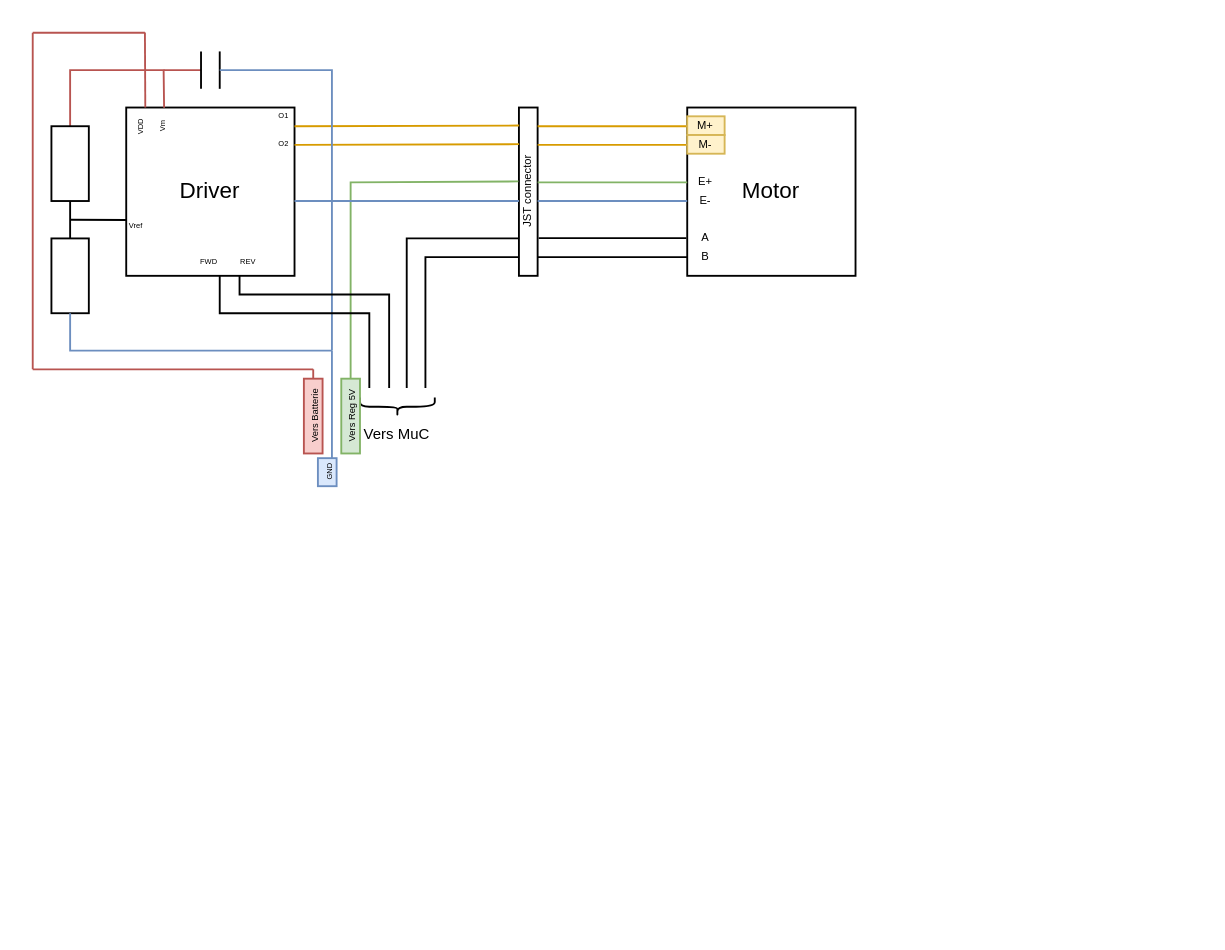
Earlier version of the draw.io diagram page "Actuators" (4 of 4) of Diagramme/Diagramme sans nom.drawio (Artpel1805/Beerator). Source tidied: cells renumbered, new cells numbered last; positions are measured from the earlier drawing's top-left corner, leaving out a move shared by most shapes. Both pictures are drawn from the tidied source at 187%, with x=0, y=0 at pixel (32, 32).
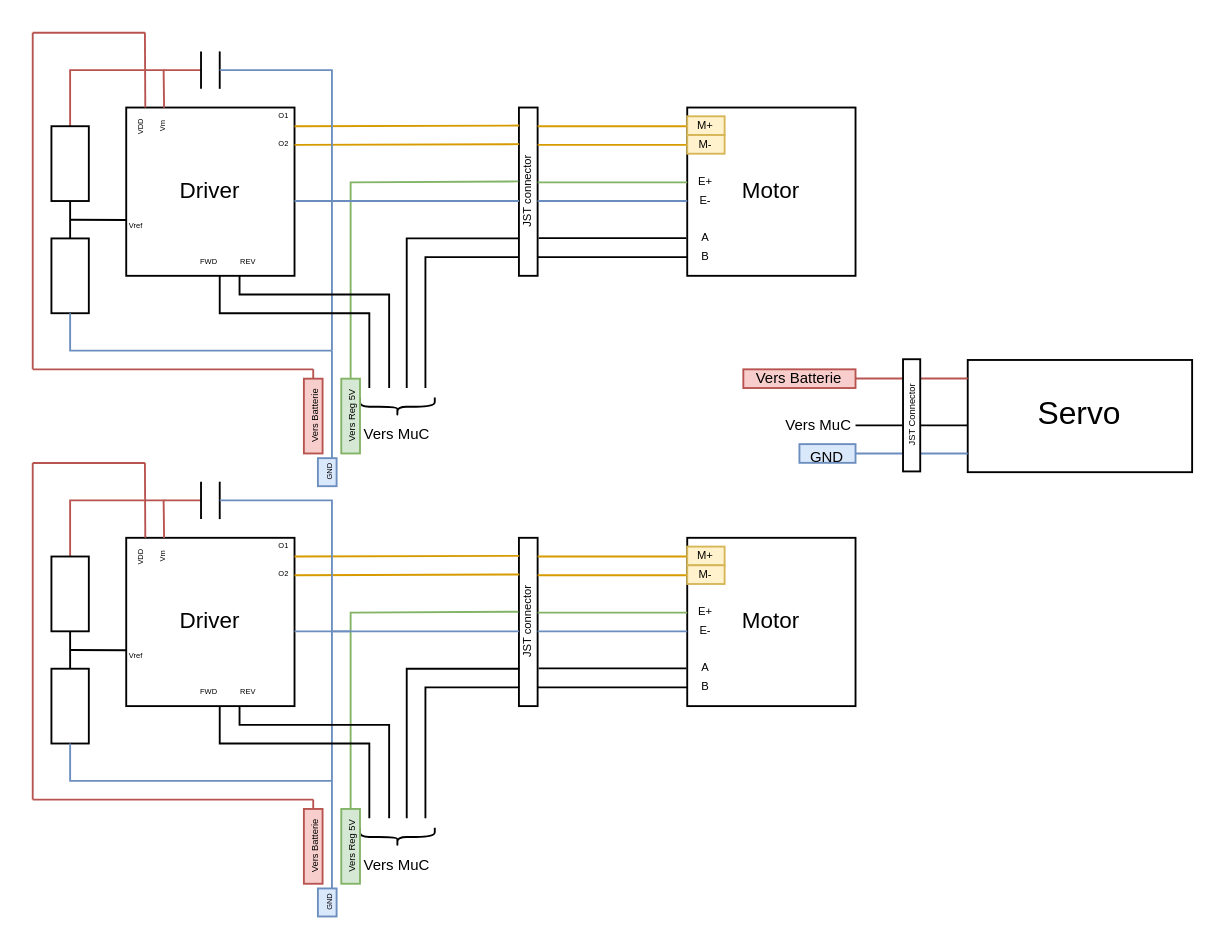
The same page after the edit.

The edit, as a diff of the source:
```diff
@@
+    <mxCell id="55" value="Driver" style="whiteSpace=wrap;html=1;" parent="1" vertex="1">
+      <mxGeometry x="50" y="270.1" width="90" height="90" as="geometry" />
+    </mxCell>
+    <mxCell id="56" value="Motor" style="whiteSpace=wrap;html=1;" parent="1" vertex="1">
+      <mxGeometry x="350" y="270.1" width="90" height="90" as="geometry" />
+    </mxCell>
+    <mxCell id="57" style="rounded=0;whiteSpace=wrap;html=1;" parent="1" vertex="1">
+      <mxGeometry x="260" y="270.1" width="10" height="90" as="geometry" />
+    </mxCell>
+    <mxCell id="58" style="endArrow=none;html=1;rounded=0;" parent="1" edge="1">
+      <mxGeometry relative="1" as="geometry">
+        <mxPoint x="270" y="350.1" as="sourcePoint" />
+        <mxPoint x="350" y="350.1" as="targetPoint" />
+      </mxGeometry>
+    </mxCell>
+    <mxCell id="59" style="endArrow=none;html=1;rounded=0;entryX=-0.005;entryY=0.776;entryDx=0;entryDy=0;exitX=1.057;exitY=0.776;exitDx=0;exitDy=0;entryPerimeter=0;exitPerimeter=0;" parent="1" edge="1" source="57" target="56">
+      <mxGeometry relative="1" as="geometry" />
+    </mxCell>
+    <mxCell id="60" style="endArrow=none;html=1;rounded=0;entryX=0;entryY=0.75;entryDx=0;entryDy=0;exitX=1.16;exitY=0.875;exitDx=0;exitDy=0;exitPerimeter=0;fillColor=#dae8fc;strokeColor=#6c8ebf;" parent="1" edge="1">
+      <mxGeometry relative="1" as="geometry">
+        <mxPoint x="270" y="320.1" as="sourcePoint" />
+        <mxPoint x="350" y="320.1" as="targetPoint" />
+      </mxGeometry>
+    </mxCell>
+    <mxCell id="61" style="endArrow=none;html=1;rounded=0;entryX=0;entryY=0.75;entryDx=0;entryDy=0;exitX=1.16;exitY=0.875;exitDx=0;exitDy=0;exitPerimeter=0;fillColor=#ffe6cc;strokeColor=#d79b00;" parent="1" edge="1">
+      <mxGeometry relative="1" as="geometry">
+        <mxPoint x="270" y="280.1" as="sourcePoint" />
+        <mxPoint x="350" y="280.1" as="targetPoint" />
+      </mxGeometry>
+    </mxCell>
+    <mxCell id="62" style="endArrow=none;html=1;rounded=0;entryX=0;entryY=0.75;entryDx=0;entryDy=0;exitX=1.16;exitY=0.875;exitDx=0;exitDy=0;exitPerimeter=0;fillColor=#ffe6cc;strokeColor=#d79b00;" parent="1" edge="1">
+      <mxGeometry relative="1" as="geometry">
+        <mxPoint x="270" y="290.1" as="sourcePoint" />
+        <mxPoint x="350" y="290.1" as="targetPoint" />
+      </mxGeometry>
+    </mxCell>
+    <mxCell id="63" style="endArrow=none;html=1;rounded=0;entryX=0;entryY=0.75;entryDx=0;entryDy=0;exitX=1.16;exitY=0.875;exitDx=0;exitDy=0;exitPerimeter=0;fillColor=#d5e8d4;strokeColor=#82b366;" parent="1" edge="1">
+      <mxGeometry relative="1" as="geometry">
+        <mxPoint x="270" y="310.1" as="sourcePoint" />
+        <mxPoint x="350" y="310.1" as="targetPoint" />
+      </mxGeometry>
+    </mxCell>
+    <mxCell id="64" style="endArrow=none;html=1;rounded=0;entryX=0.015;entryY=0.107;entryDx=0;entryDy=0;exitX=1.16;exitY=0.875;exitDx=0;exitDy=0;exitPerimeter=0;entryPerimeter=0;fillColor=#ffe6cc;strokeColor=#d79b00;" parent="1" edge="1" target="57">
+      <mxGeometry relative="1" as="geometry">
+        <mxPoint x="140" y="280.1" as="sourcePoint" />
+      </mxGeometry>
+    </mxCell>
+    <mxCell id="65" style="endArrow=none;html=1;rounded=0;entryX=0.015;entryY=0.107;entryDx=0;entryDy=0;exitX=1.16;exitY=0.875;exitDx=0;exitDy=0;exitPerimeter=0;entryPerimeter=0;fillColor=#ffe6cc;strokeColor=#d79b00;" parent="1" edge="1">
+      <mxGeometry relative="1" as="geometry">
+        <mxPoint x="140" y="290.1" as="sourcePoint" />
+        <mxPoint x="260.2" y="289.7" as="targetPoint" />
+      </mxGeometry>
+    </mxCell>
+    <mxCell id="66" style="endArrow=none;html=1;rounded=0;entryX=0.015;entryY=0.107;entryDx=0;entryDy=0;entryPerimeter=0;" parent="1" edge="1">
+      <mxGeometry relative="1" as="geometry">
+        <mxPoint x="200" y="420.1" as="sourcePoint" />
+        <mxPoint x="260.2" y="340.1" as="targetPoint" />
+        <Array as="points">
+          <mxPoint x="200" y="340.1" />
+        </Array>
+      </mxGeometry>
+    </mxCell>
+    <mxCell id="67" style="endArrow=none;html=1;rounded=0;entryX=-0.027;entryY=0.439;entryDx=0;entryDy=0;entryPerimeter=0;fillColor=#d5e8d4;strokeColor=#82b366;" parent="1" edge="1" target="57">
+      <mxGeometry relative="1" as="geometry">
+        <mxPoint x="170" y="420.1" as="sourcePoint" />
+        <Array as="points">
+          <mxPoint x="170" y="310.1" />
+        </Array>
+      </mxGeometry>
+    </mxCell>
+    <mxCell id="68" style="endArrow=none;html=1;rounded=0;entryX=0.015;entryY=0.107;entryDx=0;entryDy=0;entryPerimeter=0;" parent="1" edge="1">
+      <mxGeometry relative="1" as="geometry">
+        <mxPoint x="210" y="420.1" as="sourcePoint" />
+        <mxPoint x="260.2" y="350.1" as="targetPoint" />
+        <Array as="points">
+          <mxPoint x="210" y="350.1" />
+        </Array>
+      </mxGeometry>
+    </mxCell>
+    <mxCell id="69" style="endArrow=none;html=1;rounded=0;fillColor=#dae8fc;strokeColor=#6c8ebf;" parent="1" edge="1">
+      <mxGeometry relative="1" as="geometry">
+        <mxPoint x="160" y="400.1" as="sourcePoint" />
+        <mxPoint x="260" y="320.1" as="targetPoint" />
+        <Array as="points">
+          <mxPoint x="160" y="320.1" />
+        </Array>
+      </mxGeometry>
+    </mxCell>
+    <mxCell id="70" style="endArrow=none;html=1;rounded=0;fillColor=#dae8fc;strokeColor=#6c8ebf;" parent="1" edge="1">
+      <mxGeometry relative="1" as="geometry">
+        <mxPoint x="140" y="320.1" as="sourcePoint" />
+        <mxPoint x="170" y="320.1" as="targetPoint" />
+      </mxGeometry>
+    </mxCell>
+    <mxCell id="71" style="endArrow=none;html=1;rounded=0;" parent="1" edge="1">
+      <mxGeometry relative="1" as="geometry">
+        <mxPoint x="190.6" y="420.1" as="sourcePoint" />
+        <mxPoint x="110.6" y="360.1" as="targetPoint" />
+        <Array as="points">
+          <mxPoint x="190.6" y="370.1" />
+          <mxPoint x="110.6" y="370.1" />
+        </Array>
+      </mxGeometry>
+    </mxCell>
+    <mxCell id="72" style="endArrow=none;html=1;rounded=0;" parent="1" edge="1">
+      <mxGeometry relative="1" as="geometry">
+        <mxPoint x="180" y="420.1" as="sourcePoint" />
+        <mxPoint x="100" y="360.1" as="targetPoint" />
+        <Array as="points">
+          <mxPoint x="180" y="380.1" />
+          <mxPoint x="100" y="380.1" />
+        </Array>
+      </mxGeometry>
+    </mxCell>
+    <mxCell id="73" style="endArrow=none;html=1;rounded=0;entryX=0.225;entryY=0.001;entryDx=0;entryDy=0;entryPerimeter=0;fillColor=#f8cecc;strokeColor=#b85450;" parent="1" edge="1" target="55">
+      <mxGeometry relative="1" as="geometry">
+        <mxPoint x="60" y="250.1" as="sourcePoint" />
+        <Array as="points">
+          <mxPoint x="70" y="250.1" />
+        </Array>
+      </mxGeometry>
+    </mxCell>
+    <mxCell id="74" style="endArrow=none;html=1;rounded=0;entryX=0.225;entryY=0.001;entryDx=0;entryDy=0;entryPerimeter=0;fillColor=#f8cecc;strokeColor=#b85450;" parent="1" edge="1">
+      <mxGeometry relative="1" as="geometry">
+        <mxPoint x="60" y="230" as="sourcePoint" />
+        <mxPoint x="60.2" y="270.1" as="targetPoint" />
+      </mxGeometry>
+    </mxCell>
+    <mxCell id="75" style="endArrow=none;html=1;rounded=0;fillColor=#f8cecc;strokeColor=#b85450;" parent="1" edge="1">
+      <mxGeometry relative="1" as="geometry">
+        <mxPoint x="90" y="250.1" as="sourcePoint" />
+        <mxPoint x="70" y="250.1" as="targetPoint" />
+      </mxGeometry>
+    </mxCell>
+    <mxCell id="76" style="endArrow=none;html=1;rounded=0;" parent="1" edge="1">
+      <mxGeometry relative="1" as="geometry">
+        <mxPoint x="100" y="260.1" as="sourcePoint" />
+        <mxPoint x="100" y="240.1" as="targetPoint" />
+        <Array as="points">
+          <mxPoint x="100" y="250.1" />
+        </Array>
+      </mxGeometry>
+    </mxCell>
+    <mxCell id="77" style="endArrow=none;html=1;rounded=0;" parent="1" edge="1">
+      <mxGeometry relative="1" as="geometry">
+        <mxPoint x="90" y="260.1" as="sourcePoint" />
+        <mxPoint x="90" y="240.1" as="targetPoint" />
+      </mxGeometry>
+    </mxCell>
+    <mxCell id="78" style="endArrow=none;html=1;rounded=0;fillColor=#dae8fc;strokeColor=#6c8ebf;" parent="1" edge="1">
+      <mxGeometry relative="1" as="geometry">
+        <mxPoint x="100" y="250.1" as="sourcePoint" />
+        <mxPoint x="160" y="320.1" as="targetPoint" />
+        <Array as="points">
+          <mxPoint x="160" y="250.1" />
+        </Array>
+      </mxGeometry>
+    </mxCell>
+    <mxCell id="79" style="endArrow=none;html=1;rounded=0;fillColor=#f8cecc;strokeColor=#b85450;" parent="1" edge="1">
+      <mxGeometry relative="1" as="geometry">
+        <mxPoint x="20" y="280.1" as="sourcePoint" />
+        <mxPoint x="60" y="250.1" as="targetPoint" />
+        <Array as="points">
+          <mxPoint x="20" y="250.1" />
+        </Array>
+      </mxGeometry>
+    </mxCell>
+    <mxCell id="80" style="rounded=0;whiteSpace=wrap;html=1;" parent="1" vertex="1">
+      <mxGeometry x="10" y="280.1" width="20" height="40" as="geometry" />
+    </mxCell>
+    <mxCell id="81" style="rounded=0;whiteSpace=wrap;html=1;" parent="1" vertex="1">
+      <mxGeometry x="10" y="340.1" width="20" height="40" as="geometry" />
+    </mxCell>
+    <mxCell id="82" style="endArrow=none;html=1;rounded=0;exitX=0.5;exitY=0;exitDx=0;exitDy=0;" parent="1" edge="1" source="81">
+      <mxGeometry relative="1" as="geometry">
+        <mxPoint x="20" y="320.1" as="targetPoint" />
+      </mxGeometry>
+    </mxCell>
+    <mxCell id="83" style="endArrow=none;html=1;rounded=0;exitX=0.002;exitY=0.668;exitDx=0;exitDy=0;exitPerimeter=0;" parent="1" edge="1" source="55">
+      <mxGeometry relative="1" as="geometry">
+        <mxPoint x="20" y="330.1" as="targetPoint" />
+      </mxGeometry>
+    </mxCell>
+    <mxCell id="84" style="endArrow=none;html=1;rounded=0;fillColor=#dae8fc;strokeColor=#6c8ebf;" parent="1" edge="1">
+      <mxGeometry relative="1" as="geometry">
+        <mxPoint x="160" y="400.1" as="sourcePoint" />
+        <mxPoint x="20" y="380.1" as="targetPoint" />
+        <Array as="points">
+          <mxPoint x="20" y="400.1" />
+        </Array>
+      </mxGeometry>
+    </mxCell>
+    <mxCell id="85" style="endArrow=none;html=1;rounded=0;fillColor=#f8cecc;strokeColor=#b85450;" parent="1" edge="1">
+      <mxGeometry relative="1" as="geometry">
+        <mxPoint y="230.1" as="sourcePoint" />
+        <mxPoint x="60" y="230.1" as="targetPoint" />
+      </mxGeometry>
+    </mxCell>
+    <mxCell id="86" style="endArrow=none;html=1;rounded=0;fillColor=#f8cecc;strokeColor=#b85450;" parent="1" edge="1">
+      <mxGeometry relative="1" as="geometry">
+        <mxPoint y="410.1" as="sourcePoint" />
+        <mxPoint y="230.1" as="targetPoint" />
+      </mxGeometry>
+    </mxCell>
+    <mxCell id="87" style="endArrow=none;html=1;rounded=0;fillColor=#f8cecc;strokeColor=#b85450;" parent="1" edge="1">
+      <mxGeometry relative="1" as="geometry">
+        <mxPoint x="150" y="410.1" as="sourcePoint" />
+        <mxPoint y="410.1" as="targetPoint" />
+      </mxGeometry>
+    </mxCell>
+    <mxCell id="88" style="endArrow=none;html=1;rounded=0;fillColor=#f8cecc;strokeColor=#b85450;" parent="1" edge="1">
+      <mxGeometry relative="1" as="geometry">
+        <mxPoint x="150" y="420.1" as="sourcePoint" />
+        <mxPoint x="150" y="410.1" as="targetPoint" />
+      </mxGeometry>
+    </mxCell>
+    <mxCell id="89" value="&lt;font style=&quot;font-size: 4px;&quot;&gt;VDD&lt;/font&gt;" style="text;html=1;strokeColor=none;fillColor=none;align=center;verticalAlign=middle;whiteSpace=wrap;rounded=0;rotation=-90;" parent="1" vertex="1">
+      <mxGeometry x="50" y="280.1" width="11.2" height="0.6" as="geometry" />
+    </mxCell>
+    <mxCell id="90" value="&lt;font style=&quot;font-size: 4px;&quot;&gt;Vm&lt;/font&gt;" style="text;html=1;strokeColor=none;fillColor=none;align=center;verticalAlign=middle;whiteSpace=wrap;rounded=0;rotation=-90;" parent="1" vertex="1">
+      <mxGeometry x="61.2" y="279.5" width="11.2" height="0.6" as="geometry" />
+    </mxCell>
+    <mxCell id="91" value="&lt;font style=&quot;font-size: 4px;&quot;&gt;Vref&lt;/font&gt;" style="text;html=1;strokeColor=none;fillColor=none;align=center;verticalAlign=middle;whiteSpace=wrap;rounded=0;rotation=0;" parent="1" vertex="1">
+      <mxGeometry x="50" y="330.1" width="11.2" height="0.6" as="geometry" />
+    </mxCell>
+    <mxCell id="92" value="&lt;span style=&quot;font-size: 4px;&quot;&gt;FWD&lt;/span&gt;" style="text;html=1;strokeColor=none;fillColor=none;align=center;verticalAlign=middle;whiteSpace=wrap;rounded=0;rotation=0;" parent="1" vertex="1">
+      <mxGeometry x="89.4" y="345.1" width="11.2" height="10.6" as="geometry" />
+    </mxCell>
+    <mxCell id="93" value="&lt;span style=&quot;font-size: 4px;&quot;&gt;REV&lt;/span&gt;" style="text;html=1;strokeColor=none;fillColor=none;align=center;verticalAlign=middle;whiteSpace=wrap;rounded=0;rotation=0;" parent="1" vertex="1">
+      <mxGeometry x="110" y="345.1" width="11.2" height="10.6" as="geometry" />
+    </mxCell>
+    <mxCell id="94" value="&lt;span style=&quot;font-size: 4px;&quot;&gt;O1&lt;br&gt;O2&lt;br&gt;&lt;/span&gt;" style="text;html=1;strokeColor=none;fillColor=none;align=center;verticalAlign=middle;whiteSpace=wrap;rounded=0;rotation=0;" parent="1" vertex="1">
+      <mxGeometry x="128.8" y="278.8" width="11.2" height="0.6" as="geometry" />
+    </mxCell>
+    <mxCell id="95" value="&lt;font style=&quot;font-size: 6px;&quot;&gt;JST connector&lt;/font&gt;" style="text;html=1;strokeColor=none;fillColor=none;align=center;verticalAlign=middle;whiteSpace=wrap;rounded=0;fontSize=4;rotation=-90;" parent="1" vertex="1">
+      <mxGeometry x="235" y="300.1" width="60" height="30" as="geometry" />
+    </mxCell>
+    <mxCell id="96" value="M+" style="text;html=1;strokeColor=#d6b656;fillColor=#fff2cc;align=center;verticalAlign=middle;whiteSpace=wrap;rounded=0;fontSize=6;" parent="1" vertex="1">
+      <mxGeometry x="350" y="274.8" width="20" height="10" as="geometry" />
+    </mxCell>
+    <mxCell id="97" value="M-" style="text;html=1;strokeColor=#d6b656;fillColor=#fff2cc;align=center;verticalAlign=middle;whiteSpace=wrap;rounded=0;fontSize=6;" parent="1" vertex="1">
+      <mxGeometry x="350" y="284.8" width="20" height="10" as="geometry" />
+    </mxCell>
+    <mxCell id="98" value="E+" style="text;html=1;strokeColor=none;fillColor=none;align=center;verticalAlign=middle;whiteSpace=wrap;rounded=0;fontSize=6;" parent="1" vertex="1">
+      <mxGeometry x="350" y="300.1" width="20" height="20" as="geometry" />
+    </mxCell>
+    <mxCell id="99" value="E-" style="text;html=1;strokeColor=none;fillColor=none;align=center;verticalAlign=middle;whiteSpace=wrap;rounded=0;fontSize=6;" parent="1" vertex="1">
+      <mxGeometry x="350" y="310.1" width="20" height="20" as="geometry" />
+    </mxCell>
+    <mxCell id="100" value="A" style="text;html=1;strokeColor=none;fillColor=none;align=center;verticalAlign=middle;whiteSpace=wrap;rounded=0;fontSize=6;" parent="1" vertex="1">
+      <mxGeometry x="350" y="335.1" width="20" height="10" as="geometry" />
+    </mxCell>
+    <mxCell id="101" value="B" style="text;html=1;strokeColor=none;fillColor=none;align=center;verticalAlign=middle;whiteSpace=wrap;rounded=0;fontSize=6;" parent="1" vertex="1">
+      <mxGeometry x="350" y="345.1" width="20" height="10" as="geometry" />
+    </mxCell>
+    <mxCell id="102" value="&lt;font style=&quot;font-size: 8px;&quot;&gt;Vers MuC&lt;/font&gt;" style="text;html=1;strokeColor=none;fillColor=none;align=center;verticalAlign=middle;whiteSpace=wrap;rounded=0;fontSize=6;" parent="1" vertex="1">
+      <mxGeometry x="170" y="440.1" width="50" height="10" as="geometry" />
+    </mxCell>
+    <mxCell id="103" style="shape=curlyBracket;whiteSpace=wrap;html=1;rounded=1;flipH=1;fontSize=8;rotation=90;" parent="1" vertex="1">
+      <mxGeometry x="190" y="410.1" width="10" height="40" as="geometry" />
+    </mxCell>
+    <mxCell id="104" value="&lt;font style=&quot;font-size: 5px;&quot;&gt;Vers Reg 5V&lt;br&gt;&lt;/font&gt;" style="text;html=1;strokeColor=#82b366;fillColor=#d5e8d4;align=center;verticalAlign=middle;whiteSpace=wrap;rounded=0;fontSize=8;rotation=-90;" parent="1" vertex="1">
+      <mxGeometry x="150" y="430.1" width="40" height="10" as="geometry" />
+    </mxCell>
+    <mxCell id="105" value="&lt;font style=&quot;font-size: 5px;&quot;&gt;Vers Batterie&lt;br&gt;&lt;/font&gt;" style="text;html=1;strokeColor=#b85450;fillColor=#f8cecc;align=center;verticalAlign=middle;whiteSpace=wrap;rounded=0;fontSize=8;rotation=-90;" parent="1" vertex="1">
+      <mxGeometry x="130" y="430.1" width="40" height="10" as="geometry" />
+    </mxCell>
+    <mxCell id="106" value="&lt;font style=&quot;&quot;&gt;&lt;font style=&quot;font-size: 4px;&quot;&gt;GND&lt;/font&gt;&lt;br&gt;&lt;/font&gt;" style="text;html=1;strokeColor=#6c8ebf;fillColor=#dae8fc;align=center;verticalAlign=middle;whiteSpace=wrap;rounded=0;fontSize=8;rotation=-90;imageWidth=18;imageHeight=18;arcSize=12;" parent="1" vertex="1">
+      <mxGeometry x="150" y="460.1" width="15" height="10" as="geometry" />
+    </mxCell>
+    <mxCell id="107" style="endArrow=none;html=1;rounded=0;fontSize=4;exitX=1;exitY=0.75;exitDx=0;exitDy=0;fillColor=#dae8fc;strokeColor=#6c8ebf;" parent="1" edge="1" source="106">
+      <mxGeometry relative="1" as="geometry">
+        <mxPoint x="160" y="400.1" as="targetPoint" />
+      </mxGeometry>
+    </mxCell>
+    <mxCell id="108" value="&lt;font style=&quot;font-size: 17px;&quot;&gt;Servo&lt;/font&gt;" style="rounded=0;whiteSpace=wrap;html=1;fontSize=4;" parent="1" vertex="1">
+      <mxGeometry x="500" y="175" width="120" height="60" as="geometry" />
+    </mxCell>
+    <mxCell id="109" style="endArrow=none;html=1;rounded=0;fontSize=17;fillColor=#f8cecc;strokeColor=#b85450;" parent="1" edge="1">
+      <mxGeometry relative="1" as="geometry">
+        <mxPoint x="440" y="184.9" as="sourcePoint" />
+        <mxPoint x="470" y="184.9" as="targetPoint" />
+        <Array as="points">
+          <mxPoint x="500" y="184.9" />
+        </Array>
+      </mxGeometry>
+    </mxCell>
+    <mxCell id="110" style="endArrow=none;html=1;rounded=0;fontSize=17;" parent="1" edge="1">
+      <mxGeometry relative="1" as="geometry">
+        <mxPoint x="440" y="210" as="sourcePoint" />
+        <mxPoint x="470" y="210" as="targetPoint" />
+        <Array as="points">
+          <mxPoint x="500" y="210" />
+        </Array>
+      </mxGeometry>
+    </mxCell>
+    <mxCell id="111" style="endArrow=none;html=1;rounded=0;fontSize=17;fillColor=#dae8fc;strokeColor=#6c8ebf;" parent="1" edge="1">
+      <mxGeometry relative="1" as="geometry">
+        <mxPoint x="440" y="225" as="sourcePoint" />
+        <mxPoint x="470" y="225" as="targetPoint" />
+        <Array as="points">
+          <mxPoint x="500" y="225" />
+        </Array>
+      </mxGeometry>
+    </mxCell>
+    <mxCell id="112" value="&lt;font style=&quot;&quot;&gt;&lt;font style=&quot;font-size: 8px;&quot;&gt;GND&lt;/font&gt;&lt;br&gt;&lt;/font&gt;" style="text;html=1;strokeColor=#6c8ebf;fillColor=#dae8fc;align=center;verticalAlign=middle;whiteSpace=wrap;rounded=0;fontSize=17;" parent="1" vertex="1">
+      <mxGeometry x="410" y="220" width="30" height="10" as="geometry" />
+    </mxCell>
+    <mxCell id="113" value="Vers MuC" style="text;html=1;align=center;verticalAlign=middle;strokeColor=none;fillColor=none;fontSize=8;" parent="1" vertex="1">
+      <mxGeometry x="390" y="200" width="60" height="20" as="geometry" />
+    </mxCell>
+    <mxCell id="114" value="Vers Batterie" style="text;html=1;strokeColor=#b85450;fillColor=#f8cecc;align=center;verticalAlign=middle;whiteSpace=wrap;rounded=0;fontSize=8;" parent="1" vertex="1">
+      <mxGeometry x="380" y="180" width="60" height="10" as="geometry" />
+    </mxCell>
+    <mxCell id="115" value="&lt;font style=&quot;font-size: 5px;&quot;&gt;JST Connector&lt;/font&gt;" style="rounded=0;whiteSpace=wrap;html=1;fontSize=7;rotation=-90;" parent="1" vertex="1">
+      <mxGeometry x="440" y="200" width="60" height="9.2" as="geometry" />
+    </mxCell>
```
